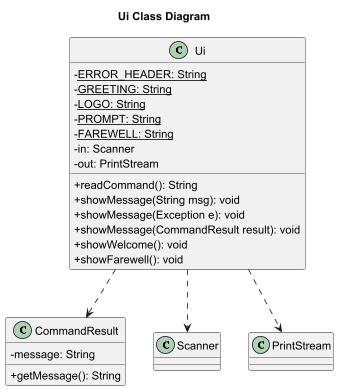
Earlier version of the PlantUML export docs/images/uiComponent.png (nus-cs2113-AY2425S1/tp). The source it was exported from:
```plantuml
@startuml
skinparam classAttributeIconSize 0
title Ui Class Diagram

!define CLASS(x) class x

class Ui {
    - <u>ERROR_HEADER: String
    - <u>GREETING: String
    - <u>LOGO: String
    - <u>PROMPT: String
    - <u>FAREWELL: String
    - in: Scanner
    - out: PrintStream

    + readCommand(): String
    + showMessage(String msg): void
    + showMessage(Exception e): void
    + showMessage(CommandResult result): void
    + showWelcome(): void
    + showFarewell(): void
}

class CommandResult {
  - message: String

  + getMessage(): String
}

Ui ..> Scanner
Ui ..> PrintStream
Ui ..> CommandResult

@enduml
```
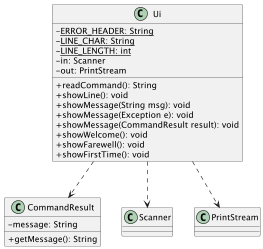
The same diagram one commit later.

Diff of the diagram source:
```diff
@@ -1,24 +1,23 @@
 @startuml
 skinparam classAttributeIconSize 0
-title Ui Class Diagram
 
 !define CLASS(x) class x
 
 class Ui {
     - <u>ERROR_HEADER: String
-    - <u>GREETING: String
-    - <u>LOGO: String
-    - <u>PROMPT: String
-    - <u>FAREWELL: String
+    - <u>LINE_CHAR: String
+    - <u>LINE_LENGTH: int
     - in: Scanner
     - out: PrintStream
 
     + readCommand(): String
+    + showLine(): void
     + showMessage(String msg): void
     + showMessage(Exception e): void
     + showMessage(CommandResult result): void
     + showWelcome(): void
     + showFarewell(): void
+    + showFirstTime(): void
 }
 
 class CommandResult {
```
